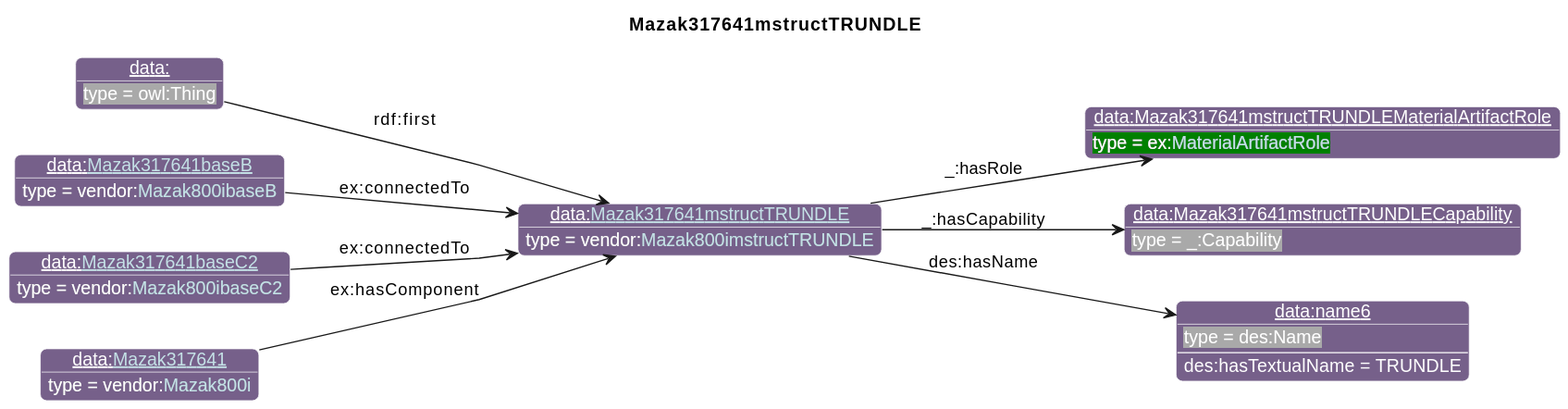
Earlier version of the PlantUML export diagrams/Mazak317641mstructTRUNDLE.svg (iofoundry/example-syseng-mtconnect).
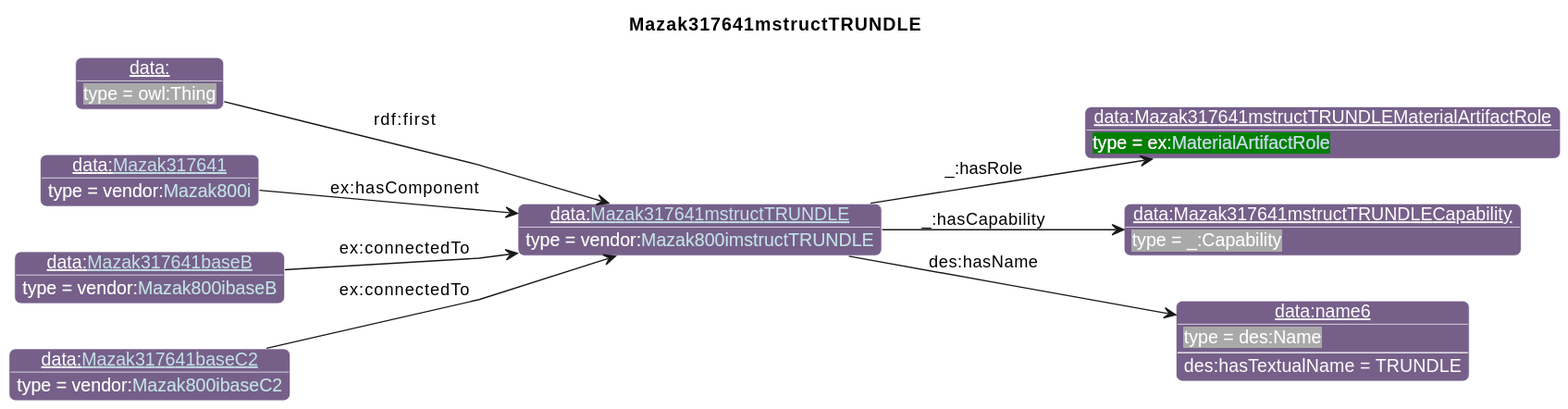
The same diagram one commit later.

What changed in the source:
```diff
@@ -30,15 +30,15 @@
 individual(o2, data:Mazak317641mstructTRUNDLECapability, _:Capability)
 individual(o3, data:name6, des:Name)
 individual(o4, data:, owl:Thing)
-individual(o5, data:[[./Mazak317641baseB.html Mazak317641baseB]], vendor:[[../Mazak.html#Mazak800ibaseB Mazak800ibaseB]])
-individual(o6, data:[[./Mazak317641baseC2.html Mazak317641baseC2]], vendor:[[../Mazak.html#Mazak800ibaseC2 Mazak800ibaseC2]])
-individual(o7, data:[[./Mazak317641.html Mazak317641]], vendor:[[../Mazak.html#Mazak800i Mazak800i]])
+individual(o5, data:[[./Mazak317641.html Mazak317641]], vendor:[[../Mazak.html#Mazak800i Mazak800i]])
+individual(o6, data:[[./Mazak317641baseB.html Mazak317641baseB]], vendor:[[../Mazak.html#Mazak800ibaseB Mazak800ibaseB]])
+individual(o7, data:[[./Mazak317641baseC2.html Mazak317641baseC2]], vendor:[[../Mazak.html#Mazak800ibaseC2 Mazak800ibaseC2]])
 property(o0, "_:hasRole", o1)
 property(o0, "_:hasCapability", o2)
 property(o0, "des:hasName", o3)
 data(o3, "des:hasTextualName", "TRUNDLE")
 property(o4, "rdf:first", o0)
-property(o5, "ex:connectedTo", o0)
+property(o5, "ex:hasComponent", o0)
 property(o6, "ex:connectedTo", o0)
-property(o7, "ex:hasComponent", o0)
+property(o7, "ex:connectedTo", o0)
 @enduml
```
